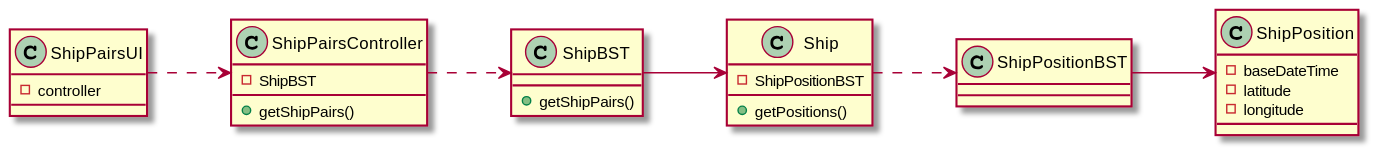
This is docs/Sprint 2/US/US107/US107_CD.svg from 1190772/LAB-Project-3, a PlantUML export, as it was before one commit.
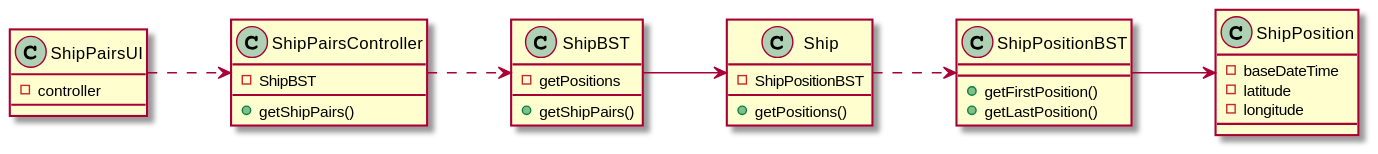
The same diagram one commit later.

What changed in the source:
```diff
@@ -13,6 +13,7 @@
 
 class ShipBST {
 + getShipPairs()
+- getPositions
 }
 
 class Ship {
@@ -21,6 +22,8 @@
 }
 
 class ShipPositionBST {
++ getFirstPosition()
++ getLastPosition()
 }
 
 class ShipPosition {
```
